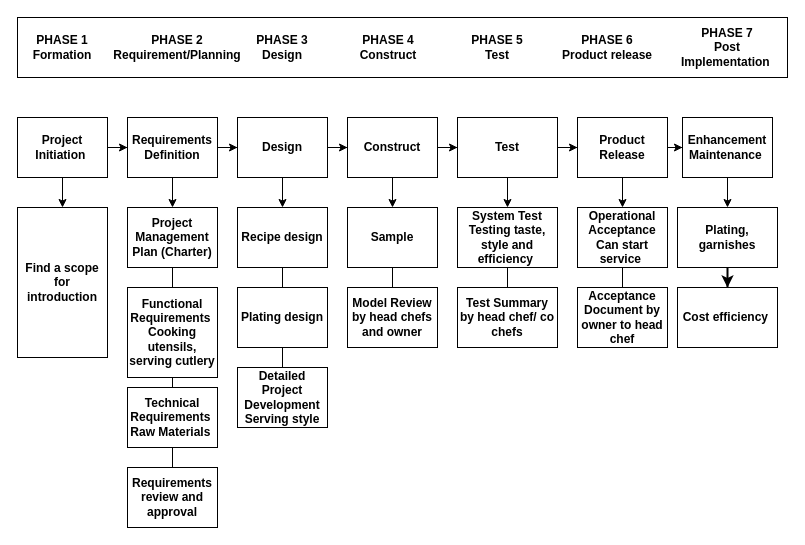
Dikshit28/SEPM_Dikshit19csu379 keeps this draw.io diagram as new dish.drawio. Above is the earlier version. Source tidied: cells renumbered, new cells numbered last; positions are measured from the earlier drawing's top-left corner, leaving out a move shared by most shapes. Both pictures are drawn from the tidied source at 100%, with x=0, y=0 at pixel (17, 17).
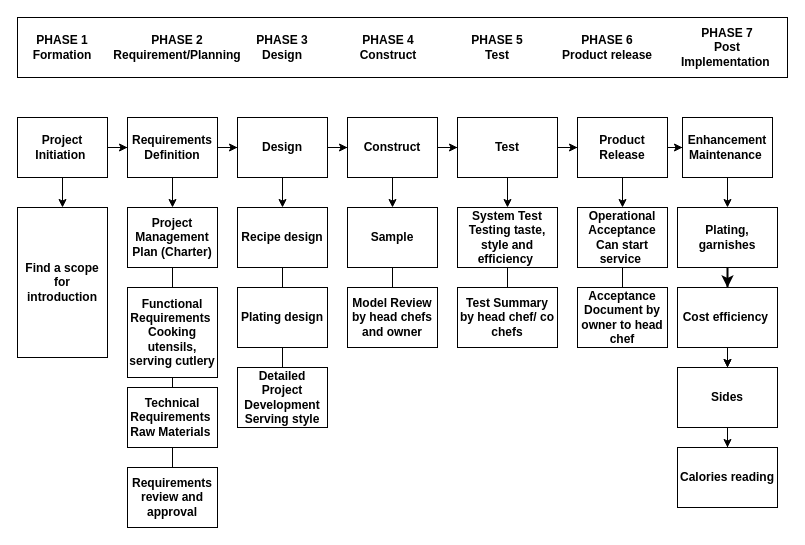
After the change.

Unchanged cells that the change refers to:
```xml
<mxCell id="54" value="Cost efficiency&amp;nbsp;" style="rounded=0;whiteSpace=wrap;html=1;fontStyle=1;" parent="1" vertex="1">
  <mxGeometry x="660" y="270" width="100" height="60" as="geometry" />
</mxCell>
```

Change to the diagram source:
```diff
@@
+    <mxCell id="55" style="edgeStyle=orthogonalEdgeStyle;rounded=0;jettySize=auto;html=1;" parent="1" edge="1" source="54" target="58">
+      <mxGeometry relative="1" as="geometry" />
+    </mxCell>
+    <mxCell id="56" style="edgeStyle=orthogonalEdgeStyle;rounded=0;jettySize=auto;html=1;" parent="1" edge="1" source="54" target="58">
+      <mxGeometry relative="1" as="geometry" />
+    </mxCell>
@@
+    <mxCell id="57" style="edgeStyle=orthogonalEdgeStyle;rounded=0;jettySize=auto;html=1;" parent="1" edge="1" source="58" target="59">
+      <mxGeometry relative="1" as="geometry" />
+    </mxCell>
+    <mxCell id="58" value="Sides" style="rounded=0;whiteSpace=wrap;html=1;fontStyle=1;" parent="1" vertex="1">
+      <mxGeometry x="660" y="350" width="100" height="60" as="geometry" />
+    </mxCell>
+    <mxCell id="59" value="Calories reading" style="rounded=0;whiteSpace=wrap;html=1;fontStyle=1;" parent="1" vertex="1">
+      <mxGeometry x="660" y="430" width="100" height="60" as="geometry" />
+    </mxCell>
```
